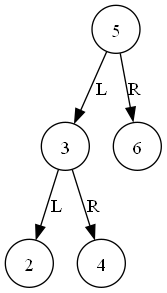
This is graph/ABBGraph.png from nestorVillatoro/EDD_PROYECTO2_202200252, a Graphviz export, as it was before one commit. Its source is kept beside it as graph/ABBGraph.dot.
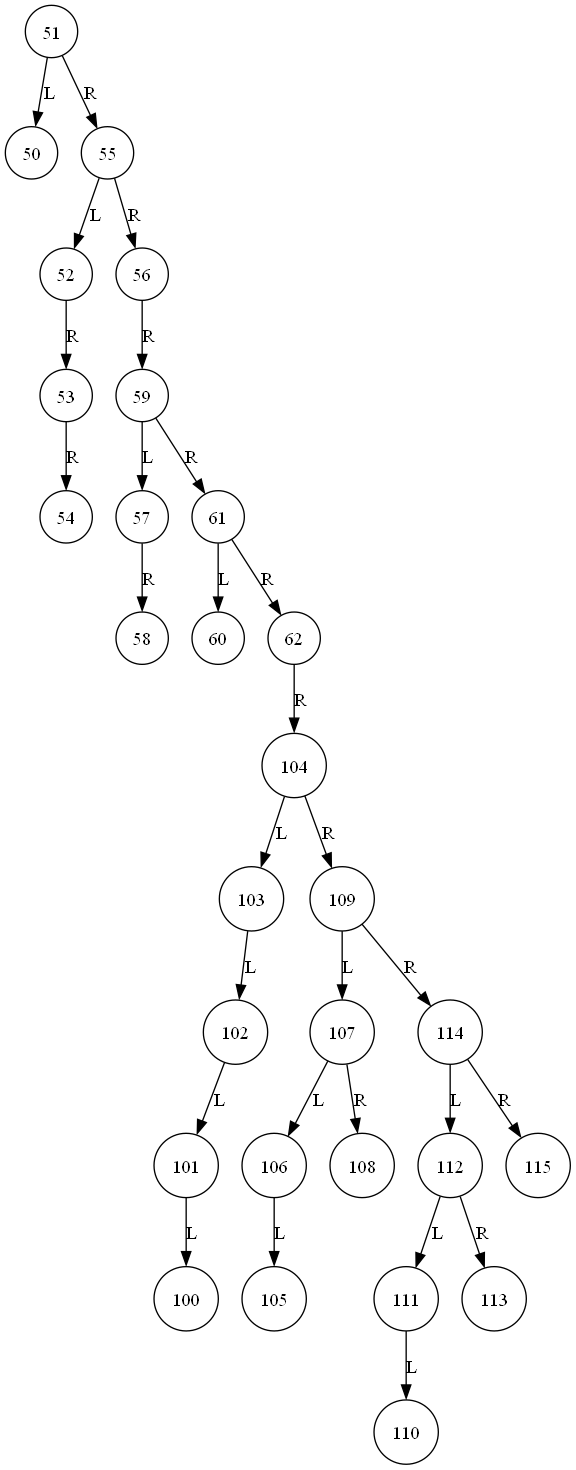
The same diagram one commit later.

What changed in the source:
```diff
@@ -1,12 +1,60 @@
 digraph G{
 node [shape=circle];
-"2851553767952"[label="5"];
-"2851553939984"[label="3"];
-"2851553940032"[label="2"];
-"2851553940176"[label="4"];
-"2851553776224"[label="6"];
-"2851553767952" -> "2851553939984" [label = "L"];
-"2851553767952" -> "2851553776224" [label = "R"];
-"2851553939984" -> "2851553940032" [label = "L"];
-"2851553939984" -> "2851553940176" [label = "R"];
+"2032378307568"[label="51"];
+"2032380718496"[label="50"];
+"2032378350064"[label="55"];
+"2032380333168"[label="52"];
+"2032380542496"[label="53"];
+"2032380613472"[label="54"];
+"2032380282608"[label="56"];
+"2032380390752"[label="59"];
+"2032380754832"[label="57"];
+"2032380827232"[label="58"];
+"2032380442672"[label="61"];
+"2032380649136"[label="60"];
+"2032380510016"[label="62"];
+"2032380841872"[label="104"];
+"2032380850800"[label="103"];
+"2032383275904"[label="102"];
+"2032383297072"[label="101"];
+"2032383307344"[label="100"];
+"2032380863712"[label="109"];
+"2032380873504"[label="107"];
+"2032383257184"[label="106"];
+"2032383551120"[label="105"];
+"2032383521648"[label="108"];
+"2032380814704"[label="114"];
+"2032383285264"[label="112"];
+"2032383315936"[label="111"];
+"2032383533120"[label="110"];
+"2032383544304"[label="113"];
+"2032383268032"[label="115"];
+"2032378307568" -> "2032380718496" [label = "L"];
+"2032378307568" -> "2032378350064" [label = "R"];
+"2032378350064" -> "2032380333168" [label = "L"];
+"2032378350064" -> "2032380282608" [label = "R"];
+"2032380333168" -> "2032380542496" [label = "R"];
+"2032380542496" -> "2032380613472" [label = "R"];
+"2032380282608" -> "2032380390752" [label = "R"];
+"2032380390752" -> "2032380754832" [label = "L"];
+"2032380390752" -> "2032380442672" [label = "R"];
+"2032380754832" -> "2032380827232" [label = "R"];
+"2032380442672" -> "2032380649136" [label = "L"];
+"2032380442672" -> "2032380510016" [label = "R"];
+"2032380510016" -> "2032380841872" [label = "R"];
+"2032380841872" -> "2032380850800" [label = "L"];
+"2032380841872" -> "2032380863712" [label = "R"];
+"2032380850800" -> "2032383275904" [label = "L"];
+"2032383275904" -> "2032383297072" [label = "L"];
+"2032383297072" -> "2032383307344" [label = "L"];
+"2032380863712" -> "2032380873504" [label = "L"];
+"2032380863712" -> "2032380814704" [label = "R"];
+"2032380873504" -> "2032383257184" [label = "L"];
+"2032380873504" -> "2032383521648" [label = "R"];
+"2032383257184" -> "2032383551120" [label = "L"];
+"2032380814704" -> "2032383285264" [label = "L"];
+"2032380814704" -> "2032383268032" [label = "R"];
+"2032383285264" -> "2032383315936" [label = "L"];
+"2032383285264" -> "2032383544304" [label = "R"];
+"2032383315936" -> "2032383533120" [label = "L"];
 }
```
